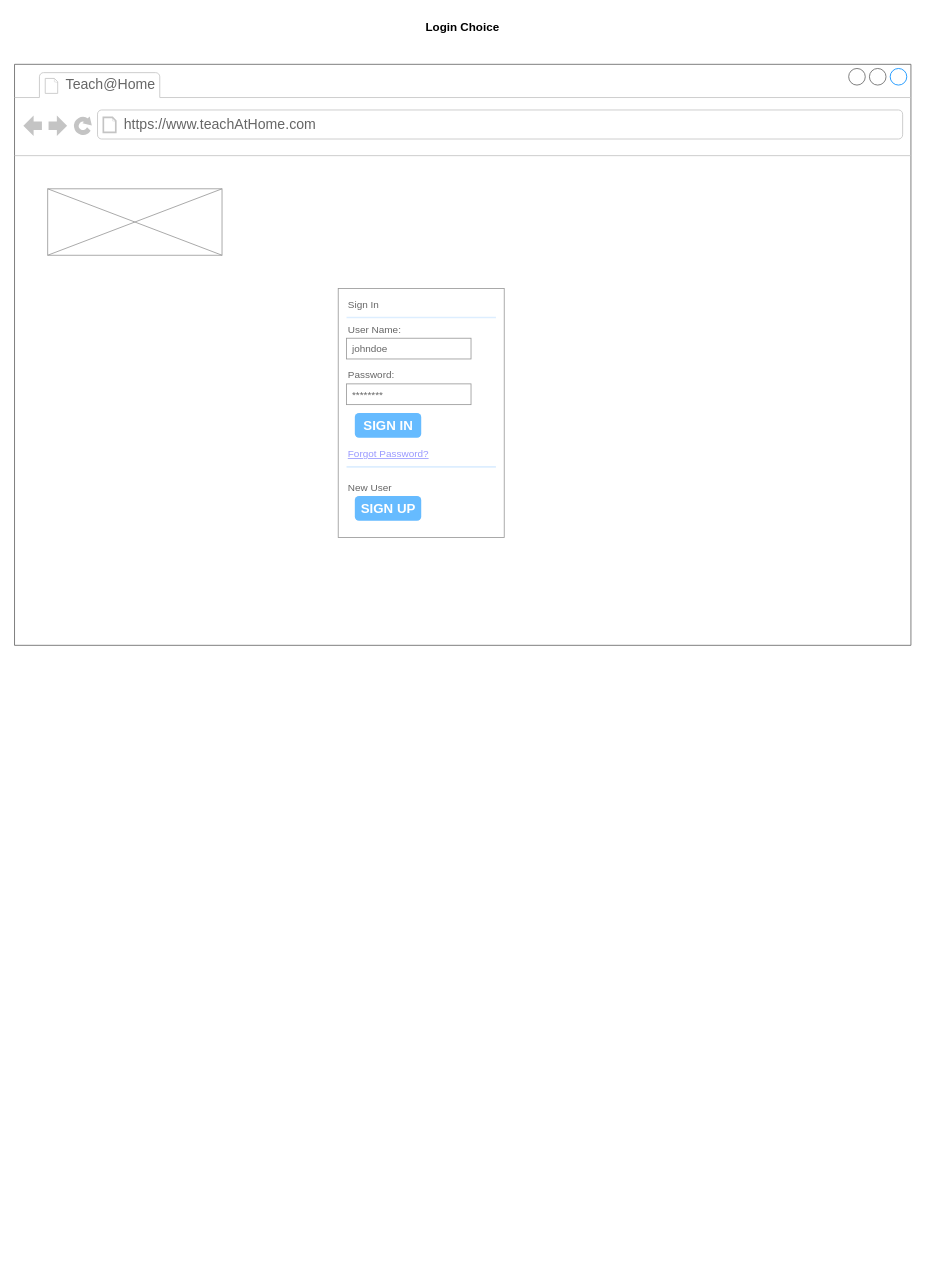
alexandretoullec/LearnAtHome_P10 keeps this draw.io diagram as Diagramme sans nom.drawio. Above is the earlier version. Source tidied: cells renumbered, new cells numbered last; positions are measured from the earlier drawing's top-left corner, leaving out a move shared by most shapes. Both pictures are drawn from the tidied source at 83%, with x=0, y=0 at pixel (14, 14).
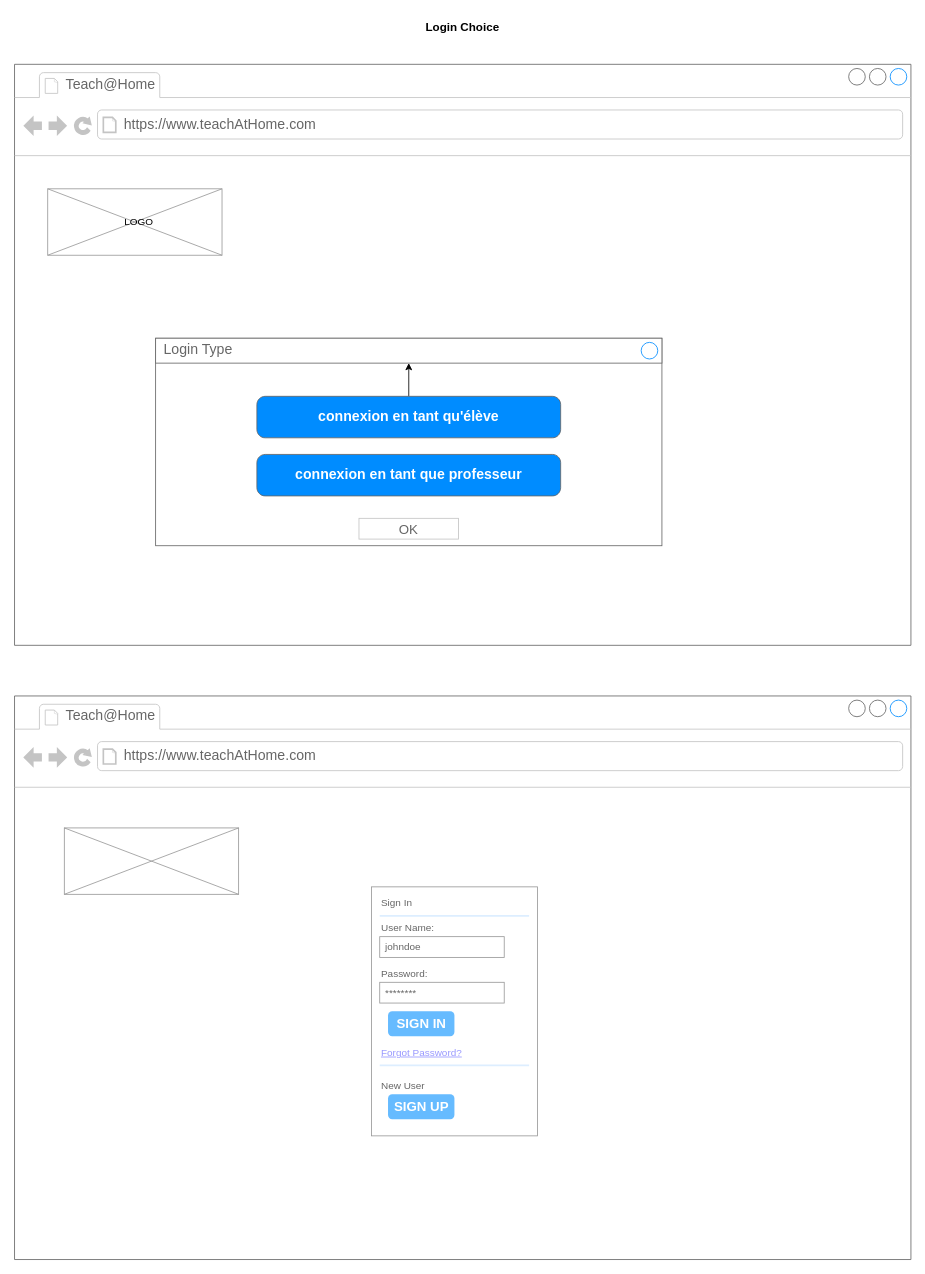
The same diagram, later.

Commit message (it also covers changes not shown here):
Mettre à jour Diagramme sans nom.drawio

The change refers to these unchanged cells:
```xml
<mxCell id="2" style="strokeWidth=1;shadow=0;dashed=0;align=center;html=1;shape=mxgraph.mockup.containers.browserWindow;rSize=0;strokeColor=#666666;strokeColor2=#008cff;strokeColor3=#c4c4c4;mainText=,;" parent="1" vertex="1">
  <mxGeometry y="60" width="1080" height="700" as="geometry" />
</mxCell>
```

Diff of the diagram source:
```diff
@@
+    <mxCell id="17" style="verticalLabelPosition=bottom;shadow=0;dashed=0;align=center;html=1;verticalAlign=top;strokeWidth=1;shape=mxgraph.mockup.graphics.simpleIcon;strokeColor=#999999;" parent="2" vertex="1">
+      <mxGeometry x="40" y="150" width="210" height="80" as="geometry" />
+    </mxCell>
+    <mxCell id="19" value="LOGO" style="text;html=1;strokeColor=none;fillColor=none;align=center;verticalAlign=middle;whiteSpace=wrap;rounded=0;" parent="2" vertex="1">
+      <mxGeometry x="120" y="175" width="60" height="30" as="geometry" />
+    </mxCell>
+    <mxCell id="20" style="strokeWidth=1;shadow=0;dashed=0;align=center;html=1;shape=mxgraph.mockup.containers.rrect;rSize=0;strokeColor=#666666;fontColor=#666666;fontSize=17;verticalAlign=top;whiteSpace=wrap;fillColor=#ffffff;spacingTop=32;" parent="2" vertex="1">
+      <mxGeometry x="170" y="330" width="610" height="250" as="geometry" />
+    </mxCell>
+    <mxCell id="21" value="Login Type" style="strokeWidth=1;shadow=0;dashed=0;align=center;html=1;shape=mxgraph.mockup.containers.rrect;rSize=0;fontSize=17;fontColor=#666666;strokeColor=#666666;align=left;spacingLeft=8;fillColor=#ffffff;whiteSpace=wrap;" parent="20" vertex="1">
+      <mxGeometry width="610" height="30" relative="1" as="geometry" />
+    </mxCell>
+    <mxCell id="22" style="shape=ellipse;strokeColor=#008cff;fillColor=none;html=1;" parent="21" vertex="1">
+      <mxGeometry x="1" y="0.5" width="20" height="20" relative="1" as="geometry">
+        <mxPoint x="-25" y="-10" as="offset" />
+      </mxGeometry>
+    </mxCell>
+    <mxCell id="23" value="OK" style="strokeWidth=1;shadow=0;dashed=0;align=center;html=1;shape=mxgraph.mockup.containers.rrect;rSize=0;fontSize=16;fontColor=#666666;strokeColor=#c4c4c4;whiteSpace=wrap;fillColor=#ffffff;" parent="20" vertex="1">
+      <mxGeometry x="0.5" y="1" width="120" height="25" relative="1" as="geometry">
+        <mxPoint x="-60" y="-33" as="offset" />
+      </mxGeometry>
+    </mxCell>
+    <mxCell id="24" style="edgeStyle=orthogonalEdgeStyle;rounded=0;jettySize=auto;html=1;" parent="20" edge="1" source="25" target="21">
+      <mxGeometry relative="1" as="geometry" />
+    </mxCell>
+    <mxCell id="25" value="connexion en tant qu'élève" style="strokeWidth=1;shadow=0;dashed=0;align=center;html=1;shape=mxgraph.mockup.buttons.button;strokeColor=#666666;fontColor=#ffffff;mainText=;buttonStyle=round;fontSize=17;fontStyle=1;fillColor=#008cff;whiteSpace=wrap;" parent="20" vertex="1">
+      <mxGeometry x="122" y="70" width="366" height="50" as="geometry" />
+    </mxCell>
+    <mxCell id="26" value="connexion en tant que professeur" style="strokeWidth=1;shadow=0;dashed=0;align=center;html=1;shape=mxgraph.mockup.buttons.button;strokeColor=#666666;fontColor=#ffffff;mainText=;buttonStyle=round;fontSize=17;fontStyle=1;fillColor=#008cff;whiteSpace=wrap;" parent="20" vertex="1">
+      <mxGeometry x="122" y="140" width="366" height="50" as="geometry" />
+    </mxCell>
+    <mxCell id="18" value="Login Choice" style="text;html=1;strokeColor=none;fillColor=none;align=center;verticalAlign=middle;whiteSpace=wrap;rounded=0;fontStyle=1;fontSize=14;" parent="1" vertex="1">
+      <mxGeometry width="1080" height="30" as="geometry" />
+    </mxCell>
+    <mxCell id="27" style="strokeWidth=1;shadow=0;dashed=0;align=center;html=1;shape=mxgraph.mockup.containers.browserWindow;rSize=0;strokeColor=#666666;strokeColor2=#008cff;strokeColor3=#c4c4c4;mainText=,;" parent="1" vertex="1">
+      <mxGeometry y="821" width="1080" height="679" as="geometry" />
+    </mxCell>
+    <mxCell id="28" value="Teach@Home" style="strokeWidth=1;shadow=0;dashed=0;align=center;html=1;shape=mxgraph.mockup.containers.anchor;fontSize=17;fontColor=#666666;align=left;whiteSpace=wrap;" parent="27" vertex="1">
+      <mxGeometry x="60" y="12" width="110" height="26" as="geometry" />
+    </mxCell>
+    <mxCell id="29" value="https://www.teachAtHome.com" style="strokeWidth=1;shadow=0;dashed=0;align=center;html=1;shape=mxgraph.mockup.containers.anchor;rSize=0;fontSize=17;fontColor=#666666;align=left;" parent="27" vertex="1">
+      <mxGeometry x="130" y="60" width="250" height="26" as="geometry" />
+    </mxCell>
-    <mxCell id="5" style="strokeWidth=1;shadow=0;dashed=0;align=center;html=1;shape=mxgraph.mockup.forms.rrect;rSize=0;strokeColor=#999999;fillColor=#ffffff;" parent="2" vertex="1">
-      <mxGeometry x="390" y="270" width="200" height="300" as="geometry" />
+    <mxCell id="5" style="strokeWidth=1;shadow=0;dashed=0;align=center;html=1;shape=mxgraph.mockup.forms.rrect;rSize=0;strokeColor=#999999;fillColor=#ffffff;" parent="27" vertex="1">
+      <mxGeometry x="430" y="230" width="200" height="300" as="geometry" />
     </mxCell>
@@
-    <mxCell id="17" style="verticalLabelPosition=bottom;shadow=0;dashed=0;align=center;html=1;verticalAlign=top;strokeWidth=1;shape=mxgraph.mockup.graphics.simpleIcon;strokeColor=#999999;" parent="2" vertex="1">
-      <mxGeometry x="40" y="150" width="210" height="80" as="geometry" />
-    </mxCell>
-    <mxCell id="18" value="Login Choice" style="text;html=1;strokeColor=none;fillColor=none;align=center;verticalAlign=middle;whiteSpace=wrap;rounded=0;fontStyle=1;fontSize=14;" parent="1" vertex="1">
-      <mxGeometry width="1080" height="30" as="geometry" />
-    </mxCell>
+    <mxCell id="30" style="verticalLabelPosition=bottom;shadow=0;dashed=0;align=center;html=1;verticalAlign=top;strokeWidth=1;shape=mxgraph.mockup.graphics.simpleIcon;strokeColor=#999999;" parent="27" vertex="1">
+      <mxGeometry x="60" y="159" width="210" height="80" as="geometry" />
+    </mxCell>
```
